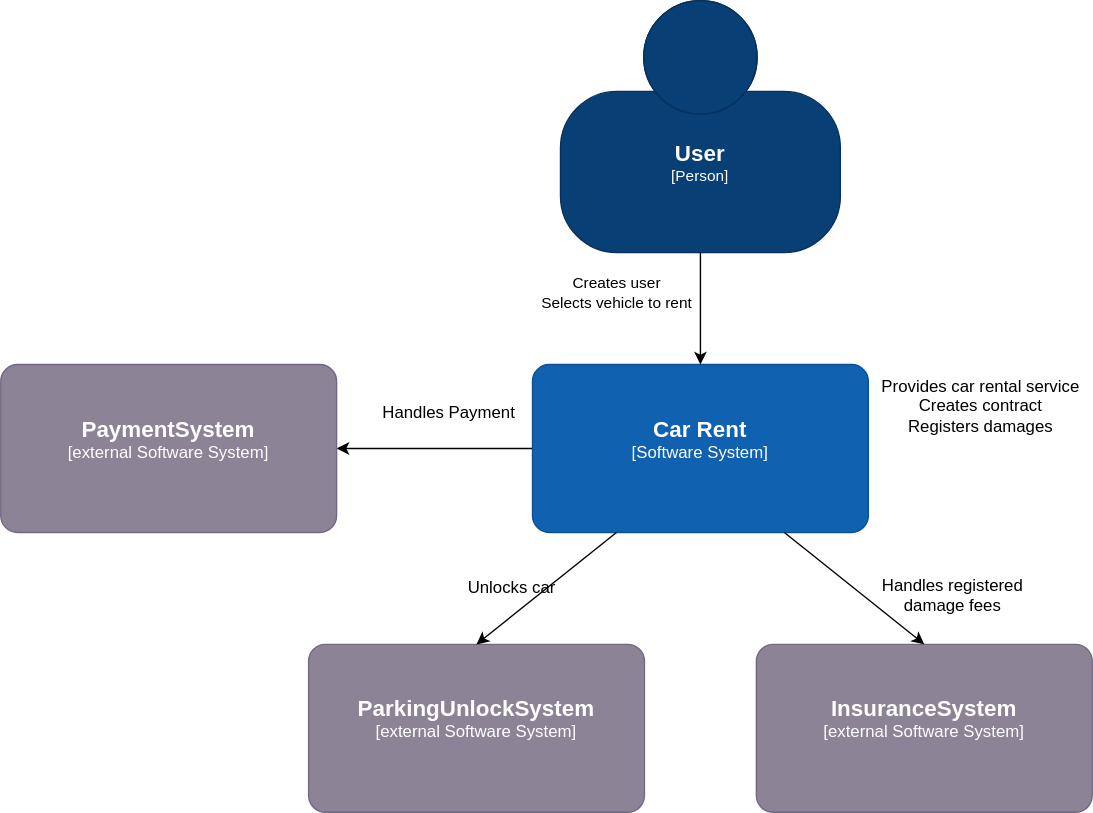
Before: docs/SystemContext.drawio.svg, a diagram exported from draw.io (floriansahli/CarRent24). Source tidied: cells renumbered, new cells last; positions are measured from the earlier drawing's top-left corner, leaving out a move shared by most shapes. The source it was exported from:
```xml
<mxGraphModel>
  <root>
    <mxCell id="0" />
    <mxCell id="1" parent="0" />
    <object id="2" label="&lt;font style=&quot;font-size: 16px&quot;&gt;&lt;b&gt;%c4Name%&lt;/b&gt;&lt;/font&gt;&lt;div&gt;[%c4Type%]&lt;/div&gt;&lt;br&gt;&lt;div&gt;&lt;font style=&quot;font-size: 11px&quot;&gt;&lt;font color=&quot;#cccccc&quot;&gt;%c4Description%&lt;/font&gt;&lt;/div&gt;" c4Description="" c4Name="User" c4Type="Person" placeholders="1">
      <mxCell style="html=1;fontSize=11;dashed=0;whiteSpace=wrap;fillColor=#083F75;strokeColor=#06315C;fontColor=#ffffff;shape=mxgraph.c4.person2;align=center;points=[[0.5,0,0],[1,0.5,0],[1,0.75,0],[0.75,1,0],[0.5,1,0],[0.25,1,0],[0,0.75,0],[0,0.5,0]];" parent="1" vertex="1">
        <mxGeometry x="400" width="200" height="180" as="geometry" />
      </mxCell>
    </object>
    <mxCell id="3" style="edgeStyle=none;html=1;entryX=1;entryY=0.5;entryDx=0;entryDy=0;entryPerimeter=0;" parent="1" edge="1" source="4" target="14">
      <mxGeometry relative="1" as="geometry" />
    </mxCell>
    <object id="4" label="&lt;font style=&quot;font-size: 16px&quot;&gt;&lt;b&gt;%c4Name%&lt;/b&gt;&lt;/font&gt;&lt;div&gt;[%c4Type%]&lt;/div&gt;&lt;br&gt;&lt;div&gt;&lt;font style=&quot;font-size: 11px&quot;&gt;&lt;font color=&quot;#cccccc&quot;&gt;%c4Description%&lt;/font&gt;&lt;/div&gt;" c4Description="" c4Name="Car Rent" c4Type="Software System" placeholders="1">
      <mxCell style="rounded=1;whiteSpace=wrap;html=1;labelBackgroundColor=none;fillColor=#1061B0;fontColor=#ffffff;align=center;arcSize=10;strokeColor=#0D5091;points=[[0.25,0,0],[0.5,0,0],[0.75,0,0],[1,0.25,0],[1,0.5,0],[1,0.75,0],[0.75,1,0],[0.5,1,0],[0.25,1,0],[0,0.75,0],[0,0.5,0],[0,0.25,0]];" parent="1" vertex="1">
        <mxGeometry x="380" y="260" width="240" height="120" as="geometry" />
      </mxCell>
    </object>
    <object id="5" label="&lt;font style=&quot;font-size: 16px&quot;&gt;&lt;b&gt;%c4Name%&lt;/b&gt;&lt;/font&gt;&lt;div&gt;[%c4Type%]&lt;/div&gt;&lt;br&gt;&lt;div&gt;&lt;font style=&quot;font-size: 11px&quot;&gt;&lt;font color=&quot;#cccccc&quot;&gt;%c4Description%&lt;/font&gt;&lt;/div&gt;" c4Description="" c4Name="ParkingUnlockSystem" c4Type="external Software System" placeholders="1">
      <mxCell style="rounded=1;whiteSpace=wrap;html=1;labelBackgroundColor=none;fillColor=#8C8496;fontColor=#ffffff;align=center;arcSize=10;strokeColor=#736782;points=[[0.25,0,0],[0.5,0,0],[0.75,0,0],[1,0.25,0],[1,0.5,0],[1,0.75,0],[0.75,1,0],[0.5,1,0],[0.25,1,0],[0,0.75,0],[0,0.5,0],[0,0.25,0]];" parent="1" vertex="1">
        <mxGeometry x="220" y="460" width="240" height="120" as="geometry" />
      </mxCell>
    </object>
    <object id="6" label="&lt;font style=&quot;font-size: 16px&quot;&gt;&lt;b&gt;%c4Name%&lt;/b&gt;&lt;/font&gt;&lt;div&gt;[%c4Type%]&lt;/div&gt;&lt;br&gt;&lt;div&gt;&lt;font style=&quot;font-size: 11px&quot;&gt;&lt;font color=&quot;#cccccc&quot;&gt;%c4Description%&lt;/font&gt;&lt;/div&gt;" c4Description="" c4Name="InsuranceSystem" c4Type="external Software System" placeholders="1">
      <mxCell style="rounded=1;whiteSpace=wrap;html=1;labelBackgroundColor=none;fillColor=#8C8496;fontColor=#ffffff;align=center;arcSize=10;strokeColor=#736782;points=[[0.25,0,0],[0.5,0,0],[0.75,0,0],[1,0.25,0],[1,0.5,0],[1,0.75,0],[0.75,1,0],[0.5,1,0],[0.25,1,0],[0,0.75,0],[0,0.5,0],[0,0.25,0]];" parent="1" vertex="1">
        <mxGeometry x="540" y="460" width="240" height="120" as="geometry" />
      </mxCell>
    </object>
    <mxCell id="7" style="endArrow=classic;html=1;entryX=0.5;entryY=0;entryDx=0;entryDy=0;entryPerimeter=0;exitX=0.25;exitY=1;exitDx=0;exitDy=0;exitPerimeter=0;" parent="1" edge="1" source="4" target="5">
      <mxGeometry relative="1" as="geometry" />
    </mxCell>
    <mxCell id="8" style="endArrow=classic;html=1;exitX=0.75;exitY=1;exitDx=0;exitDy=0;exitPerimeter=0;entryX=0.5;entryY=0;entryDx=0;entryDy=0;entryPerimeter=0;" parent="1" edge="1" source="4" target="6">
      <mxGeometry relative="1" as="geometry" />
    </mxCell>
    <mxCell id="9" style="endArrow=classic;html=1;exitX=0.5;exitY=1;exitDx=0;exitDy=0;exitPerimeter=0;entryX=0.5;entryY=0;entryDx=0;entryDy=0;entryPerimeter=0;" parent="1" edge="1" source="2" target="4">
      <mxGeometry relative="1" as="geometry">
        <Array as="points">
          <mxPoint x="500" y="210" />
        </Array>
      </mxGeometry>
    </mxCell>
    <mxCell id="10" value="Creates user&lt;br&gt;Selects vehicle to rent" style="edgeLabel;html=1;align=center;verticalAlign=middle;" parent="9" vertex="1">
      <mxGeometry x="-0.4" y="-1" relative="1" as="geometry">
        <mxPoint x="-59" y="5" as="offset" />
      </mxGeometry>
    </mxCell>
    <mxCell id="11" value="Unlocks car" style="text;html=1;align=center;verticalAlign=middle;strokeColor=none;fillColor=none;" parent="1" vertex="1">
      <mxGeometry x="320" y="405" width="90" height="30" as="geometry" />
    </mxCell>
    <mxCell id="12" value="Handles registered &lt;br&gt;damage fees" style="text;html=1;align=center;verticalAlign=middle;strokeColor=none;fillColor=none;" parent="1" vertex="1">
      <mxGeometry x="620" y="405" width="120" height="40" as="geometry" />
    </mxCell>
    <mxCell id="13" value="Provides car rental service&lt;br&gt;Creates contract&lt;br&gt;Registers damages" style="text;html=1;align=center;verticalAlign=middle;strokeColor=none;fillColor=none;" parent="1" vertex="1">
      <mxGeometry x="620" y="260" width="160" height="60" as="geometry" />
    </mxCell>
    <object id="14" label="&lt;font style=&quot;font-size: 16px&quot;&gt;&lt;b&gt;%c4Name%&lt;/b&gt;&lt;/font&gt;&lt;div&gt;[%c4Type%]&lt;/div&gt;&lt;br&gt;&lt;div&gt;&lt;font style=&quot;font-size: 11px&quot;&gt;&lt;font color=&quot;#cccccc&quot;&gt;%c4Description%&lt;/font&gt;&lt;/div&gt;" c4Description="" c4Name="PaymentSystem" c4Type="external Software System" placeholders="1">
      <mxCell style="rounded=1;whiteSpace=wrap;html=1;labelBackgroundColor=none;fillColor=#8C8496;fontColor=#ffffff;align=center;arcSize=10;strokeColor=#736782;points=[[0.25,0,0],[0.5,0,0],[0.75,0,0],[1,0.25,0],[1,0.5,0],[1,0.75,0],[0.75,1,0],[0.5,1,0],[0.25,1,0],[0,0.75,0],[0,0.5,0],[0,0.25,0]];" parent="1" vertex="1">
        <mxGeometry y="260" width="240" height="120" as="geometry" />
      </mxCell>
    </object>
    <mxCell id="15" value="Handles Payment" style="text;html=1;align=center;verticalAlign=middle;strokeColor=none;fillColor=none;" parent="1" vertex="1">
      <mxGeometry x="260" y="280" width="120" height="30" as="geometry" />
    </mxCell>
  </root>
</mxGraphModel>
```
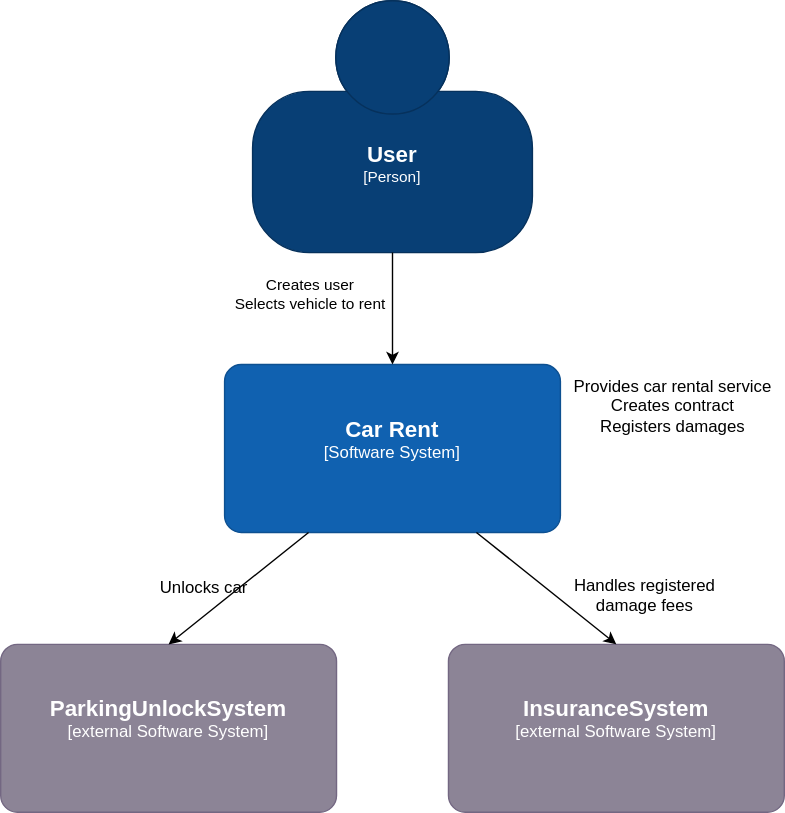
The same diagram one commit later.

The edit, as a diff of the source:
```diff
@@ -7,9 +7,6 @@
         <mxGeometry x="400" width="200" height="180" as="geometry" />
       </mxCell>
     </object>
-    <mxCell id="3" style="edgeStyle=none;html=1;entryX=1;entryY=0.5;entryDx=0;entryDy=0;entryPerimeter=0;" parent="1" edge="1" source="4" target="14">
-      <mxGeometry relative="1" as="geometry" />
-    </mxCell>
     <object id="4" label="&lt;font style=&quot;font-size: 16px&quot;&gt;&lt;b&gt;%c4Name%&lt;/b&gt;&lt;/font&gt;&lt;div&gt;[%c4Type%]&lt;/div&gt;&lt;br&gt;&lt;div&gt;&lt;font style=&quot;font-size: 11px&quot;&gt;&lt;font color=&quot;#cccccc&quot;&gt;%c4Description%&lt;/font&gt;&lt;/div&gt;" c4Description="" c4Name="Car Rent" c4Type="Software System" placeholders="1">
       <mxCell style="rounded=1;whiteSpace=wrap;html=1;labelBackgroundColor=none;fillColor=#1061B0;fontColor=#ffffff;align=center;arcSize=10;strokeColor=#0D5091;points=[[0.25,0,0],[0.5,0,0],[0.75,0,0],[1,0.25,0],[1,0.5,0],[1,0.75,0],[0.75,1,0],[0.5,1,0],[0.25,1,0],[0,0.75,0],[0,0.5,0],[0,0.25,0]];" parent="1" vertex="1">
         <mxGeometry x="380" y="260" width="240" height="120" as="geometry" />
@@ -52,13 +49,5 @@
     <mxCell id="13" value="Provides car rental service&lt;br&gt;Creates contract&lt;br&gt;Registers damages" style="text;html=1;align=center;verticalAlign=middle;strokeColor=none;fillColor=none;" parent="1" vertex="1">
       <mxGeometry x="620" y="260" width="160" height="60" as="geometry" />
     </mxCell>
-    <object id="14" label="&lt;font style=&quot;font-size: 16px&quot;&gt;&lt;b&gt;%c4Name%&lt;/b&gt;&lt;/font&gt;&lt;div&gt;[%c4Type%]&lt;/div&gt;&lt;br&gt;&lt;div&gt;&lt;font style=&quot;font-size: 11px&quot;&gt;&lt;font color=&quot;#cccccc&quot;&gt;%c4Description%&lt;/font&gt;&lt;/div&gt;" c4Description="" c4Name="PaymentSystem" c4Type="external Software System" placeholders="1">
-      <mxCell style="rounded=1;whiteSpace=wrap;html=1;labelBackgroundColor=none;fillColor=#8C8496;fontColor=#ffffff;align=center;arcSize=10;strokeColor=#736782;points=[[0.25,0,0],[0.5,0,0],[0.75,0,0],[1,0.25,0],[1,0.5,0],[1,0.75,0],[0.75,1,0],[0.5,1,0],[0.25,1,0],[0,0.75,0],[0,0.5,0],[0,0.25,0]];" parent="1" vertex="1">
-        <mxGeometry y="260" width="240" height="120" as="geometry" />
-      </mxCell>
-    </object>
-    <mxCell id="15" value="Handles Payment" style="text;html=1;align=center;verticalAlign=middle;strokeColor=none;fillColor=none;" parent="1" vertex="1">
-      <mxGeometry x="260" y="280" width="120" height="30" as="geometry" />
-    </mxCell>
   </root>
 </mxGraphModel>
```
